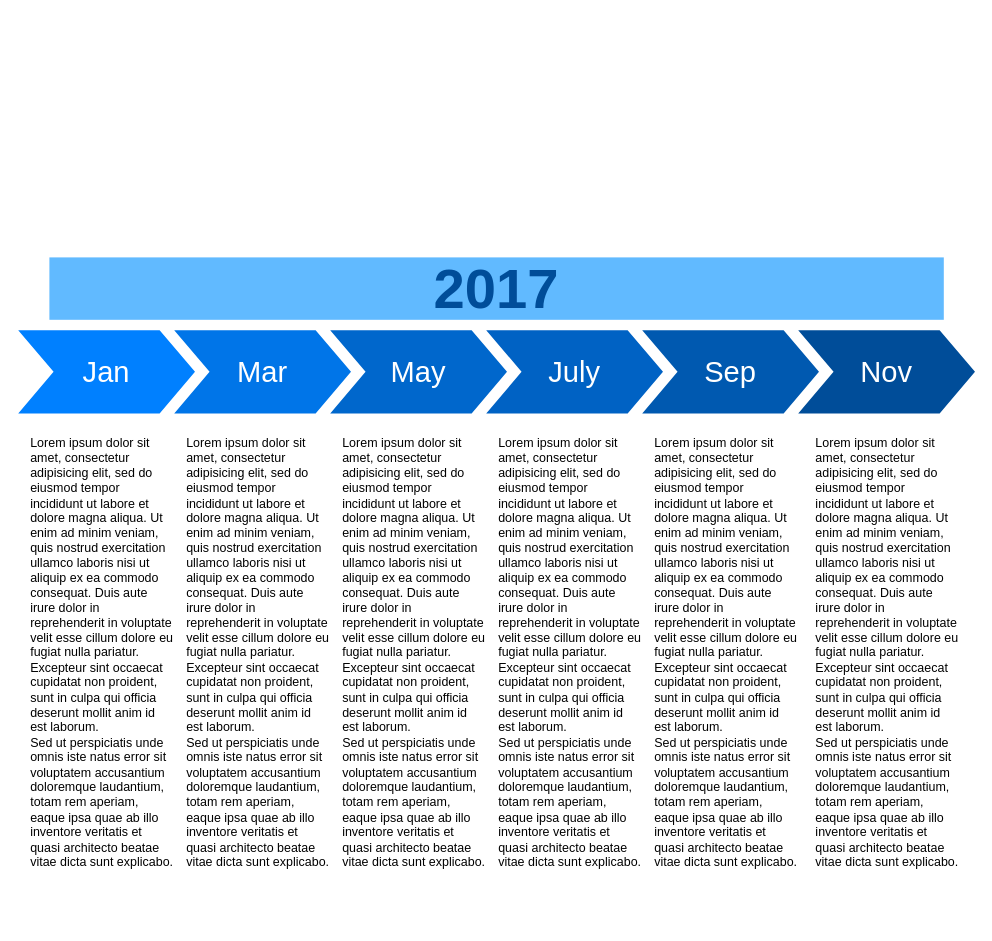
Above: General.drawio in SairajLoke/SoftwareDiagrams (draw.io), before the change. Source tidied: cells renumbered, new cells numbered last; positions are measured from the earlier drawing's top-left corner, leaving out a move shared by most shapes. Both pictures are drawn from the tidied source at 104%, with x=0, y=0 at pixel (18, 257).
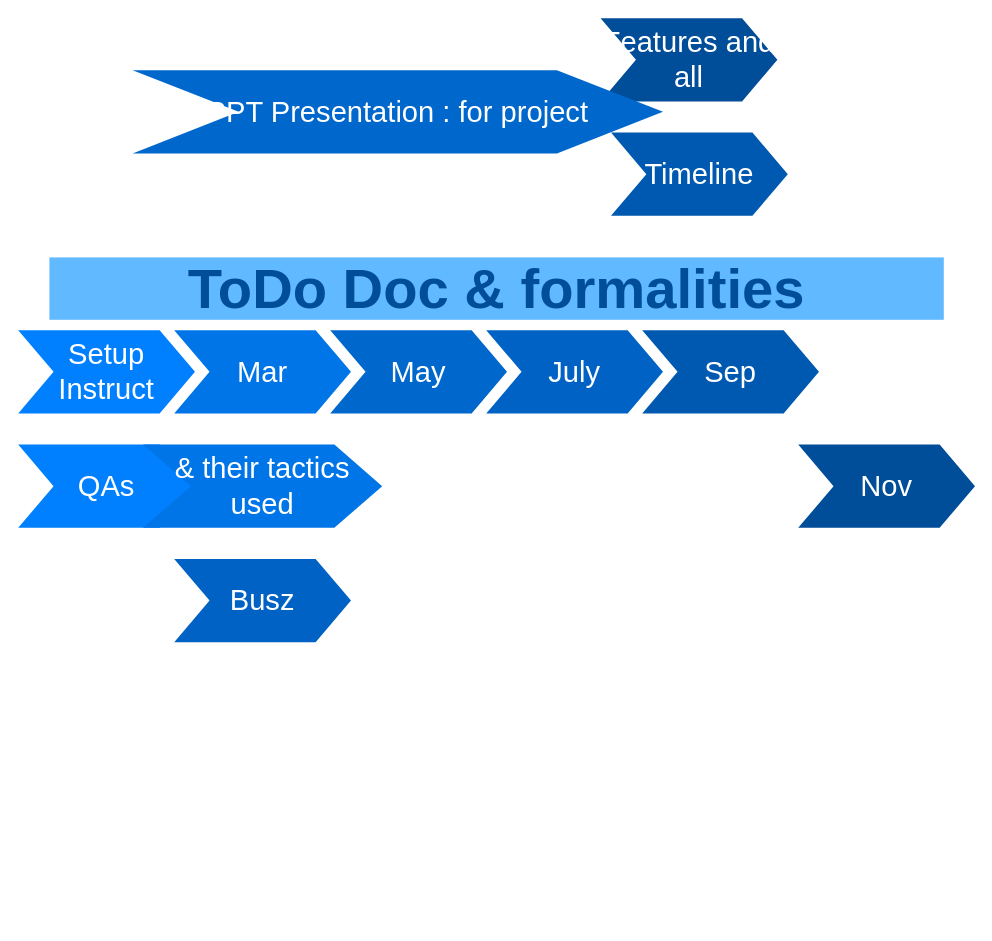
The same diagram, later.

Diff of the diagram source:
```diff
@@
 <mxGraphModel>
   <root>
     <mxCell id="0" />
     <mxCell id="1" parent="0" />
-    <mxCell id="2" value="Jan" style="shape=step;whiteSpace=wrap;html=1;fontSize=28;fillColor=#0080FF;fontColor=#FFFFFF;strokeColor=none;" parent="1" vertex="1">
+    <mxCell id="2" value="Setup Instruct" style="shape=step;whiteSpace=wrap;html=1;fontSize=28;fillColor=#0080FF;fontColor=#FFFFFF;strokeColor=none;" parent="1" vertex="1">
       <mxGeometry y="70" width="170" height="80" as="geometry" />
     </mxCell>
     <mxCell id="3" value="Mar" style="shape=step;whiteSpace=wrap;html=1;fontSize=28;fillColor=#0075E8;fontColor=#FFFFFF;strokeColor=none;" parent="1" vertex="1">
       <mxGeometry x="150" y="70" width="170" height="80" as="geometry" />
     </mxCell>
     <mxCell id="4" value="May" style="shape=step;whiteSpace=wrap;html=1;fontSize=28;fillColor=#0067CC;fontColor=#FFFFFF;strokeColor=none;" parent="1" vertex="1">
       <mxGeometry x="300" y="70" width="170" height="80" as="geometry" />
     </mxCell>
     <mxCell id="5" value="July" style="shape=step;whiteSpace=wrap;html=1;fontSize=28;fillColor=#0062C4;fontColor=#FFFFFF;strokeColor=none;" parent="1" vertex="1">
       <mxGeometry x="450" y="70" width="170" height="80" as="geometry" />
     </mxCell>
     <mxCell id="6" value="Sep" style="shape=step;whiteSpace=wrap;html=1;fontSize=28;fillColor=#0059B0;fontColor=#FFFFFF;strokeColor=none;" parent="1" vertex="1">
       <mxGeometry x="600" y="70" width="170" height="80" as="geometry" />
     </mxCell>
-    <mxCell id="7" value="Nov" style="shape=step;whiteSpace=wrap;html=1;fontSize=28;fillColor=#004D99;fontColor=#FFFFFF;strokeColor=none;" parent="1" vertex="1">
-      <mxGeometry x="750" y="70" width="170" height="80" as="geometry" />
+    <mxCell id="7" value="Features and all" style="shape=step;whiteSpace=wrap;html=1;fontSize=28;fillColor=#004D99;fontColor=#FFFFFF;strokeColor=none;" parent="1" vertex="1">
+      <mxGeometry x="560" y="-230" width="170" height="80" as="geometry" />
     </mxCell>
-    <mxCell id="8" value="2017" style="text;html=1;strokeColor=none;fillColor=#61BAFF;align=center;verticalAlign=middle;whiteSpace=wrap;fontSize=54;fontStyle=1;fontColor=#004D99;" parent="1" vertex="1">
+    <mxCell id="8" value="ToDo Doc &amp;amp; formalities" style="text;html=1;strokeColor=none;fillColor=#61BAFF;align=center;verticalAlign=middle;whiteSpace=wrap;fontSize=54;fontStyle=1;fontColor=#004D99;" parent="1" vertex="1">
       <mxGeometry x="30" width="860" height="60" as="geometry" />
     </mxCell>
-    <mxCell id="9" value="Lorem ipsum dolor sit amet, consectetur adipisicing elit, sed do eiusmod tempor incididunt ut labore et dolore magna aliqua. Ut enim ad minim veniam, quis nostrud exercitation ullamco laboris nisi ut aliquip ex ea commodo consequat. Duis aute irure dolor in reprehenderit in voluptate velit esse cillum dolore eu fugiat nulla pariatur. Excepteur sint occaecat cupidatat non proident, sunt in culpa qui officia deserunt mollit anim id est laborum.&lt;br&gt;Sed ut perspiciatis unde omnis iste natus error sit voluptatem accusantium doloremque laudantium, totam rem aperiam, eaque ipsa quae ab illo inventore veritatis et quasi architecto beatae vitae dicta sunt explicabo." style="text;spacingTop=-5;fillColor=#ffffff;whiteSpace=wrap;html=1;align=left;fontSize=12;fontFamily=Helvetica;fillColor=none;strokeColor=none;" parent="1" vertex="1">
-      <mxGeometry x="10" y="170" width="140" height="470" as="geometry" />
-    </mxCell>
-    <mxCell id="10" value="Lorem ipsum dolor sit amet, consectetur adipisicing elit, sed do eiusmod tempor incididunt ut labore et dolore magna aliqua. Ut enim ad minim veniam, quis nostrud exercitation ullamco laboris nisi ut aliquip ex ea commodo consequat. Duis aute irure dolor in reprehenderit in voluptate velit esse cillum dolore eu fugiat nulla pariatur. Excepteur sint occaecat cupidatat non proident, sunt in culpa qui officia deserunt mollit anim id est laborum.&lt;br&gt;Sed ut perspiciatis unde omnis iste natus error sit voluptatem accusantium doloremque laudantium, totam rem aperiam, eaque ipsa quae ab illo inventore veritatis et quasi architecto beatae vitae dicta sunt explicabo." style="text;spacingTop=-5;fillColor=#ffffff;whiteSpace=wrap;html=1;align=left;fontSize=12;fontFamily=Helvetica;fillColor=none;strokeColor=none;" parent="1" vertex="1">
-      <mxGeometry x="160" y="170" width="140" height="470" as="geometry" />
-    </mxCell>
-    <mxCell id="11" value="Lorem ipsum dolor sit amet, consectetur adipisicing elit, sed do eiusmod tempor incididunt ut labore et dolore magna aliqua. Ut enim ad minim veniam, quis nostrud exercitation ullamco laboris nisi ut aliquip ex ea commodo consequat. Duis aute irure dolor in reprehenderit in voluptate velit esse cillum dolore eu fugiat nulla pariatur. Excepteur sint occaecat cupidatat non proident, sunt in culpa qui officia deserunt mollit anim id est laborum.&lt;br&gt;Sed ut perspiciatis unde omnis iste natus error sit voluptatem accusantium doloremque laudantium, totam rem aperiam, eaque ipsa quae ab illo inventore veritatis et quasi architecto beatae vitae dicta sunt explicabo." style="text;spacingTop=-5;fillColor=#ffffff;whiteSpace=wrap;html=1;align=left;fontSize=12;fontFamily=Helvetica;fillColor=none;strokeColor=none;" parent="1" vertex="1">
-      <mxGeometry x="310" y="170" width="140" height="470" as="geometry" />
-    </mxCell>
-    <mxCell id="12" value="Lorem ipsum dolor sit amet, consectetur adipisicing elit, sed do eiusmod tempor incididunt ut labore et dolore magna aliqua. Ut enim ad minim veniam, quis nostrud exercitation ullamco laboris nisi ut aliquip ex ea commodo consequat. Duis aute irure dolor in reprehenderit in voluptate velit esse cillum dolore eu fugiat nulla pariatur. Excepteur sint occaecat cupidatat non proident, sunt in culpa qui officia deserunt mollit anim id est laborum.&lt;br&gt;Sed ut perspiciatis unde omnis iste natus error sit voluptatem accusantium doloremque laudantium, totam rem aperiam, eaque ipsa quae ab illo inventore veritatis et quasi architecto beatae vitae dicta sunt explicabo." style="text;spacingTop=-5;fillColor=#ffffff;whiteSpace=wrap;html=1;align=left;fontSize=12;fontFamily=Helvetica;fillColor=none;strokeColor=none;" parent="1" vertex="1">
-      <mxGeometry x="460" y="170" width="140" height="470" as="geometry" />
-    </mxCell>
-    <mxCell id="13" value="Lorem ipsum dolor sit amet, consectetur adipisicing elit, sed do eiusmod tempor incididunt ut labore et dolore magna aliqua. Ut enim ad minim veniam, quis nostrud exercitation ullamco laboris nisi ut aliquip ex ea commodo consequat. Duis aute irure dolor in reprehenderit in voluptate velit esse cillum dolore eu fugiat nulla pariatur. Excepteur sint occaecat cupidatat non proident, sunt in culpa qui officia deserunt mollit anim id est laborum.&lt;br&gt;Sed ut perspiciatis unde omnis iste natus error sit voluptatem accusantium doloremque laudantium, totam rem aperiam, eaque ipsa quae ab illo inventore veritatis et quasi architecto beatae vitae dicta sunt explicabo." style="text;spacingTop=-5;fillColor=#ffffff;whiteSpace=wrap;html=1;align=left;fontSize=12;fontFamily=Helvetica;fillColor=none;strokeColor=none;" parent="1" vertex="1">
-      <mxGeometry x="610" y="170" width="140" height="470" as="geometry" />
-    </mxCell>
-    <mxCell id="14" value="Lorem ipsum dolor sit amet, consectetur adipisicing elit, sed do eiusmod tempor incididunt ut labore et dolore magna aliqua. Ut enim ad minim veniam, quis nostrud exercitation ullamco laboris nisi ut aliquip ex ea commodo consequat. Duis aute irure dolor in reprehenderit in voluptate velit esse cillum dolore eu fugiat nulla pariatur. Excepteur sint occaecat cupidatat non proident, sunt in culpa qui officia deserunt mollit anim id est laborum.&lt;br&gt;Sed ut perspiciatis unde omnis iste natus error sit voluptatem accusantium doloremque laudantium, totam rem aperiam, eaque ipsa quae ab illo inventore veritatis et quasi architecto beatae vitae dicta sunt explicabo." style="text;spacingTop=-5;fillColor=#ffffff;whiteSpace=wrap;html=1;align=left;fontSize=12;fontFamily=Helvetica;fillColor=none;strokeColor=none;" parent="1" vertex="1">
-      <mxGeometry x="765" y="170" width="140" height="470" as="geometry" />
-    </mxCell>
+    <mxCell id="15" value="QAs" style="shape=step;whiteSpace=wrap;html=1;fontSize=28;fillColor=#0080FF;fontColor=#FFFFFF;strokeColor=none;" parent="1" vertex="1">
+      <mxGeometry y="180" width="170" height="80" as="geometry" />
+    </mxCell>
+    <mxCell id="16" value="&amp;amp; their tactics used" style="shape=step;whiteSpace=wrap;html=1;fontSize=28;fillColor=#0075E8;fontColor=#FFFFFF;strokeColor=none;" parent="1" vertex="1">
+      <mxGeometry x="120" y="180" width="230" height="80" as="geometry" />
+    </mxCell>
+    <mxCell id="17" value="PPT Presentation : for project" style="shape=step;whiteSpace=wrap;html=1;fontSize=28;fillColor=#0067CC;fontColor=#FFFFFF;strokeColor=none;" parent="1" vertex="1">
+      <mxGeometry x="110" y="-180" width="510" height="80" as="geometry" />
+    </mxCell>
+    <mxCell id="18" value="Busz" style="shape=step;whiteSpace=wrap;html=1;fontSize=28;fillColor=#0062C4;fontColor=#FFFFFF;strokeColor=none;" parent="1" vertex="1">
+      <mxGeometry x="150" y="290" width="170" height="80" as="geometry" />
+    </mxCell>
+    <mxCell id="19" value="Timeline" style="shape=step;whiteSpace=wrap;html=1;fontSize=28;fillColor=#0059B0;fontColor=#FFFFFF;strokeColor=none;" parent="1" vertex="1">
+      <mxGeometry x="570" y="-120" width="170" height="80" as="geometry" />
+    </mxCell>
+    <mxCell id="20" value="Nov" style="shape=step;whiteSpace=wrap;html=1;fontSize=28;fillColor=#004D99;fontColor=#FFFFFF;strokeColor=none;" parent="1" vertex="1">
+      <mxGeometry x="750" y="180" width="170" height="80" as="geometry" />
+    </mxCell>
   </root>
 </mxGraphModel>
```
